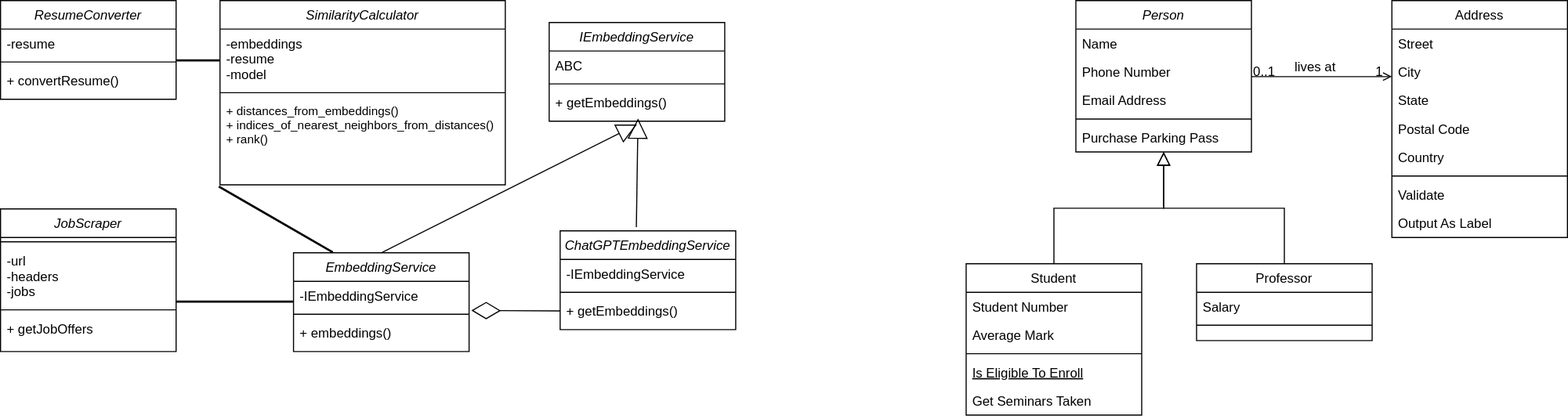
Before: ClassDiagram.svg, a diagram exported from draw.io (SeanTheShe3p/JobFinder). Source tidied: cells renumbered, new cells last; positions are measured from the earlier drawing's top-left corner, leaving out a move shared by most shapes.
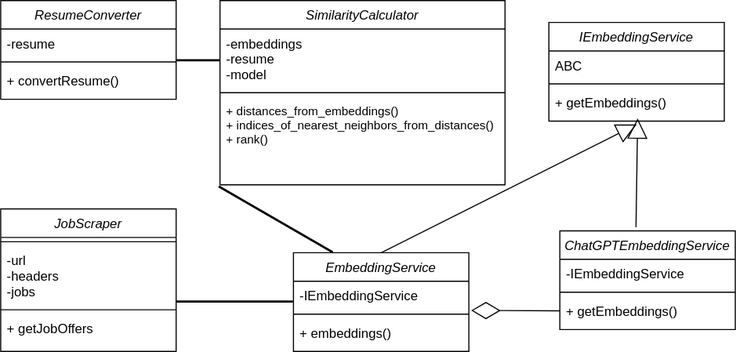
The same file after the commit.

Diff of the diagram source:
```diff
@@ -2,104 +2,6 @@
   <root>
     <mxCell id="0" />
     <mxCell id="1" parent="0" />
-    <mxCell id="2" value="Person" style="swimlane;fontStyle=2;align=center;verticalAlign=top;horizontal=1;startSize=26;rounded=0;shadow=0;strokeWidth=1;" parent="1" vertex="1">
-      <mxGeometry x="980" width="160" height="138" as="geometry" />
-    </mxCell>
-    <mxCell id="3" value="Name" style="text;align=left;verticalAlign=top;spacingLeft=4;spacingRight=4;overflow=hidden;" parent="2" vertex="1">
-      <mxGeometry y="26" width="160" height="26" as="geometry" />
-    </mxCell>
-    <mxCell id="4" value="Phone Number" style="text;align=left;verticalAlign=top;spacingLeft=4;spacingRight=4;overflow=hidden;rounded=0;shadow=0;html=0;" parent="2" vertex="1">
-      <mxGeometry y="52" width="160" height="26" as="geometry" />
-    </mxCell>
-    <mxCell id="5" value="Email Address" style="text;align=left;verticalAlign=top;spacingLeft=4;spacingRight=4;overflow=hidden;rounded=0;shadow=0;html=0;" parent="2" vertex="1">
-      <mxGeometry y="78" width="160" height="26" as="geometry" />
-    </mxCell>
-    <mxCell id="6" style="line;html=1;strokeWidth=1;align=left;verticalAlign=middle;spacingTop=-1;spacingLeft=3;spacingRight=3;labelPosition=right;" parent="2" vertex="1">
-      <mxGeometry y="104" width="160" height="8" as="geometry" />
-    </mxCell>
-    <mxCell id="7" value="Purchase Parking Pass" style="text;align=left;verticalAlign=top;spacingLeft=4;spacingRight=4;overflow=hidden;" parent="2" vertex="1">
-      <mxGeometry y="112" width="160" height="26" as="geometry" />
-    </mxCell>
-    <mxCell id="8" value="Student" style="swimlane;fontStyle=0;align=center;verticalAlign=top;horizontal=1;startSize=26;rounded=0;shadow=0;strokeWidth=1;" parent="1" vertex="1">
-      <mxGeometry x="880" y="240" width="160" height="138" as="geometry" />
-    </mxCell>
-    <mxCell id="9" value="Student Number" style="text;align=left;verticalAlign=top;spacingLeft=4;spacingRight=4;overflow=hidden;" parent="8" vertex="1">
-      <mxGeometry y="26" width="160" height="26" as="geometry" />
-    </mxCell>
-    <mxCell id="10" value="Average Mark" style="text;align=left;verticalAlign=top;spacingLeft=4;spacingRight=4;overflow=hidden;rounded=0;shadow=0;html=0;" parent="8" vertex="1">
-      <mxGeometry y="52" width="160" height="26" as="geometry" />
-    </mxCell>
-    <mxCell id="11" style="line;html=1;strokeWidth=1;align=left;verticalAlign=middle;spacingTop=-1;spacingLeft=3;spacingRight=3;labelPosition=right;" parent="8" vertex="1">
-      <mxGeometry y="78" width="160" height="8" as="geometry" />
-    </mxCell>
-    <mxCell id="12" value="Is Eligible To Enroll" style="text;align=left;verticalAlign=top;spacingLeft=4;spacingRight=4;overflow=hidden;fontStyle=4;" parent="8" vertex="1">
-      <mxGeometry y="86" width="160" height="26" as="geometry" />
-    </mxCell>
-    <mxCell id="13" value="Get Seminars Taken" style="text;align=left;verticalAlign=top;spacingLeft=4;spacingRight=4;overflow=hidden;" parent="8" vertex="1">
-      <mxGeometry y="112" width="160" height="26" as="geometry" />
-    </mxCell>
-    <mxCell id="14" style="endArrow=block;endSize=10;endFill=0;shadow=0;strokeWidth=1;rounded=0;curved=0;edgeStyle=elbowEdgeStyle;elbow=vertical;" parent="1" edge="1" source="8" target="2">
-      <mxGeometry relative="1" as="geometry" />
-    </mxCell>
-    <mxCell id="15" value="Professor" style="swimlane;fontStyle=0;align=center;verticalAlign=top;horizontal=1;startSize=26;rounded=0;shadow=0;strokeWidth=1;" parent="1" vertex="1">
-      <mxGeometry x="1090" y="240" width="160" height="70" as="geometry" />
-    </mxCell>
-    <mxCell id="16" value="Salary" style="text;align=left;verticalAlign=top;spacingLeft=4;spacingRight=4;overflow=hidden;" parent="15" vertex="1">
-      <mxGeometry y="26" width="160" height="26" as="geometry" />
-    </mxCell>
-    <mxCell id="17" style="line;html=1;strokeWidth=1;align=left;verticalAlign=middle;spacingTop=-1;spacingLeft=3;spacingRight=3;labelPosition=right;" parent="15" vertex="1">
-      <mxGeometry y="52" width="160" height="8" as="geometry" />
-    </mxCell>
-    <mxCell id="18" style="endArrow=block;endSize=10;endFill=0;shadow=0;strokeWidth=1;rounded=0;curved=0;edgeStyle=elbowEdgeStyle;elbow=vertical;" parent="1" edge="1" source="15" target="2">
-      <mxGeometry relative="1" as="geometry" />
-    </mxCell>
-    <mxCell id="19" value="Address" style="swimlane;fontStyle=0;align=center;verticalAlign=top;horizontal=1;startSize=26;rounded=0;shadow=0;strokeWidth=1;" parent="1" vertex="1">
-      <mxGeometry x="1268" width="160" height="216" as="geometry" />
-    </mxCell>
-    <mxCell id="20" value="Street" style="text;align=left;verticalAlign=top;spacingLeft=4;spacingRight=4;overflow=hidden;" parent="19" vertex="1">
-      <mxGeometry y="26" width="160" height="26" as="geometry" />
-    </mxCell>
-    <mxCell id="21" value="City" style="text;align=left;verticalAlign=top;spacingLeft=4;spacingRight=4;overflow=hidden;rounded=0;shadow=0;html=0;" parent="19" vertex="1">
-      <mxGeometry y="52" width="160" height="26" as="geometry" />
-    </mxCell>
-    <mxCell id="22" value="State" style="text;align=left;verticalAlign=top;spacingLeft=4;spacingRight=4;overflow=hidden;rounded=0;shadow=0;html=0;" parent="19" vertex="1">
-      <mxGeometry y="78" width="160" height="26" as="geometry" />
-    </mxCell>
-    <mxCell id="23" value="Postal Code" style="text;align=left;verticalAlign=top;spacingLeft=4;spacingRight=4;overflow=hidden;rounded=0;shadow=0;html=0;" parent="19" vertex="1">
-      <mxGeometry y="104" width="160" height="26" as="geometry" />
-    </mxCell>
-    <mxCell id="24" value="Country" style="text;align=left;verticalAlign=top;spacingLeft=4;spacingRight=4;overflow=hidden;rounded=0;shadow=0;html=0;" parent="19" vertex="1">
-      <mxGeometry y="130" width="160" height="26" as="geometry" />
-    </mxCell>
-    <mxCell id="25" style="line;html=1;strokeWidth=1;align=left;verticalAlign=middle;spacingTop=-1;spacingLeft=3;spacingRight=3;labelPosition=right;" parent="19" vertex="1">
-      <mxGeometry y="156" width="160" height="8" as="geometry" />
-    </mxCell>
-    <mxCell id="26" value="Validate" style="text;align=left;verticalAlign=top;spacingLeft=4;spacingRight=4;overflow=hidden;" parent="19" vertex="1">
-      <mxGeometry y="164" width="160" height="26" as="geometry" />
-    </mxCell>
-    <mxCell id="27" value="Output As Label" style="text;align=left;verticalAlign=top;spacingLeft=4;spacingRight=4;overflow=hidden;" parent="19" vertex="1">
-      <mxGeometry y="190" width="160" height="26" as="geometry" />
-    </mxCell>
-    <mxCell id="28" style="endArrow=open;shadow=0;strokeWidth=1;rounded=0;curved=0;endFill=1;edgeStyle=elbowEdgeStyle;elbow=vertical;" parent="1" edge="1" source="2" target="19">
-      <mxGeometry x="0.5" y="41" relative="1" as="geometry">
-        <mxPoint x="-40" y="32" as="offset" />
-      </mxGeometry>
-    </mxCell>
-    <mxCell id="29" value="0..1" style="align=left;verticalAlign=bottom;labelBackgroundColor=none;fontSize=12;" parent="28" vertex="1">
-      <mxGeometry x="-1" relative="1" as="geometry">
-        <mxPoint y="4" as="offset" />
-      </mxGeometry>
-    </mxCell>
-    <mxCell id="30" value="1" style="align=right;verticalAlign=bottom;labelBackgroundColor=none;fontSize=12;" parent="28" vertex="1">
-      <mxGeometry x="1" relative="1" as="geometry">
-        <mxPoint x="-7" y="4" as="offset" />
-      </mxGeometry>
-    </mxCell>
-    <mxCell id="31" value="lives at" style="text;html=1;align=center;verticalAlign=middle;labelBackgroundColor=none;rounded=0;shadow=0;strokeWidth=1;fontSize=12;" parent="28" vertex="1">
-      <mxGeometry x="0.5" y="49" relative="1" as="geometry">
-        <mxPoint x="-38" y="40" as="offset" />
-      </mxGeometry>
-    </mxCell>
     <mxCell id="32" value="ResumeConverter" style="swimlane;fontStyle=2;align=center;verticalAlign=top;horizontal=1;startSize=26;rounded=0;shadow=0;strokeWidth=1;" parent="1" vertex="1">
       <mxGeometry width="160" height="90" as="geometry" />
     </mxCell>
```
